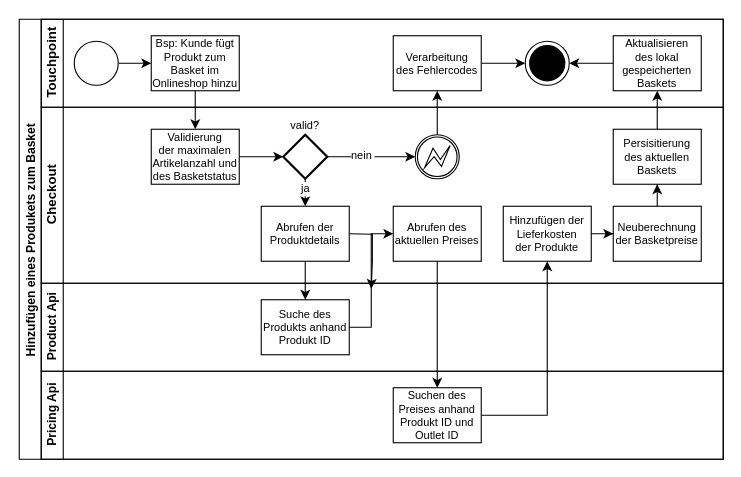
Earlier version of the draw.io diagram svg/SL AddProduct.drawio (Thalmaier/bachelor-thesis). Source tidied: cells renumbered, new cells numbered last; positions are measured from the earlier drawing's top-left corner, leaving out a move shared by most shapes. Both pictures are drawn from the tidied source at 110%, with x=0, y=0 at pixel (19, 19).
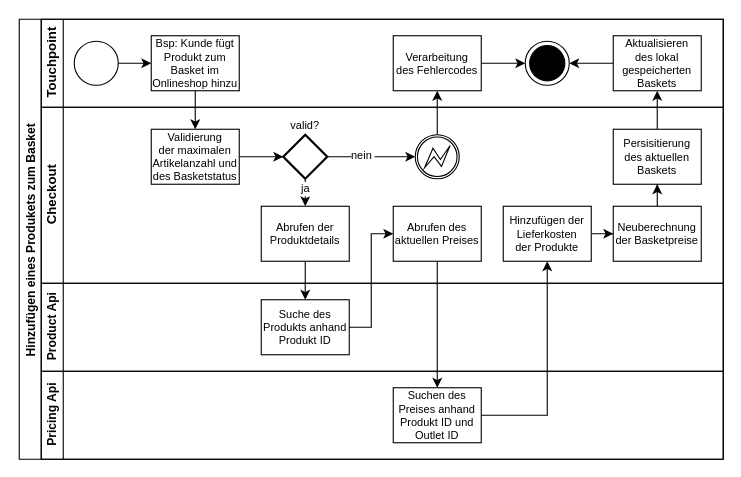
The same page after the edit.

Unchanged cells that the change refers to:
```xml
<mxCell id="2" value="Hinzufügen eines Produkets zum Basket" style="swimlane;horizontal=0;startSize=20;fontColor=#000000;strokeColor=#000000;fontSize=11;fillColor=none;" parent="1" vertex="1">
  <mxGeometry width="640" height="400" as="geometry" />
</mxCell>
```

Diff of the diagram source:
```diff
@@
-    <mxCell id="29" style="edgeStyle=orthogonalEdgeStyle;rounded=0;orthogonalLoop=1;jettySize=auto;html=1;fontSize=11;fontColor=#000000;strokeColor=#000000;entryX=0.5;entryY=0;entryDx=0;entryDy=0;exitX=1;exitY=0.5;exitDx=0;exitDy=0;" parent="2" edge="1">
-      <mxGeometry relative="1" as="geometry">
-        <mxPoint x="300" y="195" as="sourcePoint" />
-        <mxPoint x="320" y="245" as="targetPoint" />
-      </mxGeometry>
-    </mxCell>
```
